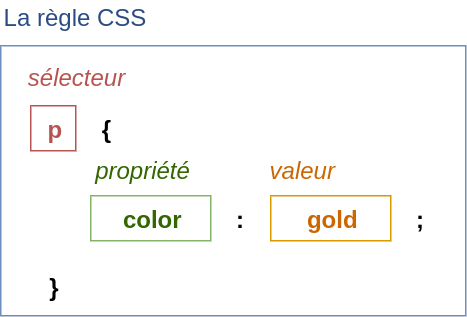
Above: assets/images/css-rules.png in raaaahman/web-development-lessons (draw.io), before the change. Source tidied: cells renumbered, new cells last; positions are measured from the earlier drawing's top-left corner, leaving out a move shared by most shapes. Source of this version:
```xml
<mxGraphModel>
  <root>
    <mxCell id="0" />
    <mxCell id="1" parent="0" />
    <mxCell id="2" style="rounded=0;whiteSpace=wrap;html=1;fillColor=none;strokeColor=#6c8ebf;" parent="1" vertex="1">
      <mxGeometry y="30" width="310" height="180" as="geometry" />
    </mxCell>
    <mxCell id="3" value="La règle CSS" style="text;html=1;align=center;verticalAlign=middle;whiteSpace=wrap;rounded=0;fontSize=16;fontColor=#2B4B82;" parent="1" vertex="1">
      <mxGeometry width="100" height="20" as="geometry" />
    </mxCell>
    <mxCell id="4" value="p" style="rounded=0;whiteSpace=wrap;html=1;fillColor=none;fontSize=16;strokeColor=#b85450;fontColor=#B85450;fontStyle=1;" parent="1" vertex="1">
      <mxGeometry x="20" y="70" width="30" height="30" as="geometry" />
    </mxCell>
    <mxCell id="5" value="sélecteur" style="text;html=1;strokeColor=none;fillColor=none;align=center;verticalAlign=middle;whiteSpace=wrap;rounded=0;fontSize=16;fontColor=#B85450;fontStyle=2;" parent="1" vertex="1">
      <mxGeometry x="20" y="40" width="60" height="20" as="geometry" />
    </mxCell>
    <mxCell id="6" value="{" style="text;html=1;strokeColor=none;fillColor=none;align=center;verticalAlign=middle;whiteSpace=wrap;rounded=0;fontSize=16;fontColor=#000000;fontStyle=1;" parent="1" vertex="1">
      <mxGeometry x="50" y="75" width="40" height="20" as="geometry" />
    </mxCell>
    <mxCell id="7" value="color" style="rounded=0;whiteSpace=wrap;html=1;fillColor=none;fontSize=16;strokeColor=#82b366;fontColor=#336600;fontStyle=1;" parent="1" vertex="1">
      <mxGeometry x="60" y="130" width="80" height="30" as="geometry" />
    </mxCell>
    <mxCell id="8" value="propriété" style="text;html=1;strokeColor=none;fillColor=none;align=center;verticalAlign=middle;whiteSpace=wrap;rounded=0;fontSize=16;fontColor=#336600;fontStyle=2;" parent="1" vertex="1">
      <mxGeometry x="60" y="103" width="70" height="20" as="geometry" />
    </mxCell>
    <mxCell id="9" value=":" style="text;html=1;strokeColor=none;fillColor=none;align=center;verticalAlign=middle;whiteSpace=wrap;rounded=0;fontSize=16;fontColor=#000000;fontStyle=1;" parent="1" vertex="1">
      <mxGeometry x="140" y="135" width="40" height="20" as="geometry" />
    </mxCell>
    <mxCell id="10" value="gold" style="rounded=0;whiteSpace=wrap;html=1;fillColor=none;fontSize=16;strokeColor=#d79b00;fontStyle=1;fontColor=#CC6600;" parent="1" vertex="1">
      <mxGeometry x="180" y="130" width="80" height="30" as="geometry" />
    </mxCell>
    <mxCell id="11" value=";" style="text;html=1;strokeColor=none;fillColor=none;align=center;verticalAlign=middle;whiteSpace=wrap;rounded=0;fontSize=16;fontColor=#000000;fontStyle=1;" parent="1" vertex="1">
      <mxGeometry x="260" y="135" width="40" height="20" as="geometry" />
    </mxCell>
    <mxCell id="12" value="}" style="text;html=1;strokeColor=none;fillColor=none;align=center;verticalAlign=middle;whiteSpace=wrap;rounded=0;fontSize=16;fontColor=#000000;fontStyle=1;" parent="1" vertex="1">
      <mxGeometry x="20" y="180" width="30" height="20" as="geometry" />
    </mxCell>
    <mxCell id="13" value="valeur" style="text;html=1;strokeColor=none;fillColor=none;align=center;verticalAlign=middle;whiteSpace=wrap;rounded=0;fontSize=16;fontColor=#CC6600;fontStyle=2;" parent="1" vertex="1">
      <mxGeometry x="180" y="103" width="40" height="20" as="geometry" />
    </mxCell>
  </root>
</mxGraphModel>
```
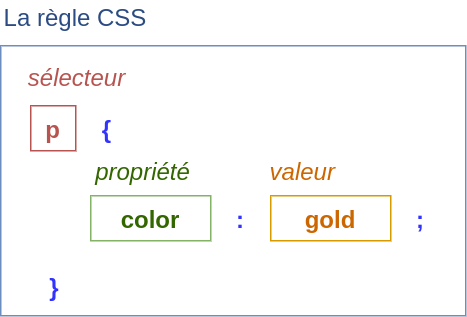
Later version of the same file.

Diff of the diagram source:
```diff
@@ -14,7 +14,7 @@
     <mxCell id="5" value="sélecteur" style="text;html=1;strokeColor=none;fillColor=none;align=center;verticalAlign=middle;whiteSpace=wrap;rounded=0;fontSize=16;fontColor=#B85450;fontStyle=2;" parent="1" vertex="1">
       <mxGeometry x="20" y="40" width="60" height="20" as="geometry" />
     </mxCell>
-    <mxCell id="6" value="{" style="text;html=1;strokeColor=none;fillColor=none;align=center;verticalAlign=middle;whiteSpace=wrap;rounded=0;fontSize=16;fontColor=#000000;fontStyle=1;" parent="1" vertex="1">
+    <mxCell id="6" value="{" style="text;html=1;align=center;verticalAlign=middle;whiteSpace=wrap;rounded=0;fontSize=16;fontStyle=1;fontColor=#3333FF;" parent="1" vertex="1">
       <mxGeometry x="50" y="75" width="40" height="20" as="geometry" />
     </mxCell>
     <mxCell id="7" value="color" style="rounded=0;whiteSpace=wrap;html=1;fillColor=none;fontSize=16;strokeColor=#82b366;fontColor=#336600;fontStyle=1;" parent="1" vertex="1">
@@ -23,16 +23,16 @@
     <mxCell id="8" value="propriété" style="text;html=1;strokeColor=none;fillColor=none;align=center;verticalAlign=middle;whiteSpace=wrap;rounded=0;fontSize=16;fontColor=#336600;fontStyle=2;" parent="1" vertex="1">
       <mxGeometry x="60" y="103" width="70" height="20" as="geometry" />
     </mxCell>
-    <mxCell id="9" value=":" style="text;html=1;strokeColor=none;fillColor=none;align=center;verticalAlign=middle;whiteSpace=wrap;rounded=0;fontSize=16;fontColor=#000000;fontStyle=1;" parent="1" vertex="1">
+    <mxCell id="9" value=":" style="text;html=1;strokeColor=none;fillColor=none;align=center;verticalAlign=middle;whiteSpace=wrap;rounded=0;fontSize=16;fontColor=#3333FF;fontStyle=1;" parent="1" vertex="1">
       <mxGeometry x="140" y="135" width="40" height="20" as="geometry" />
     </mxCell>
     <mxCell id="10" value="gold" style="rounded=0;whiteSpace=wrap;html=1;fillColor=none;fontSize=16;strokeColor=#d79b00;fontStyle=1;fontColor=#CC6600;" parent="1" vertex="1">
       <mxGeometry x="180" y="130" width="80" height="30" as="geometry" />
     </mxCell>
-    <mxCell id="11" value=";" style="text;html=1;strokeColor=none;fillColor=none;align=center;verticalAlign=middle;whiteSpace=wrap;rounded=0;fontSize=16;fontColor=#000000;fontStyle=1;" parent="1" vertex="1">
+    <mxCell id="11" value=";" style="text;html=1;strokeColor=none;fillColor=none;align=center;verticalAlign=middle;whiteSpace=wrap;rounded=0;fontSize=16;fontColor=#3333FF;fontStyle=1;" parent="1" vertex="1">
       <mxGeometry x="260" y="135" width="40" height="20" as="geometry" />
     </mxCell>
-    <mxCell id="12" value="}" style="text;html=1;strokeColor=none;fillColor=none;align=center;verticalAlign=middle;whiteSpace=wrap;rounded=0;fontSize=16;fontColor=#000000;fontStyle=1;" parent="1" vertex="1">
+    <mxCell id="12" value="}" style="text;html=1;strokeColor=none;fillColor=none;align=center;verticalAlign=middle;whiteSpace=wrap;rounded=0;fontSize=16;fontColor=#3333FF;fontStyle=1;" parent="1" vertex="1">
       <mxGeometry x="20" y="180" width="30" height="20" as="geometry" />
     </mxCell>
     <mxCell id="13" value="valeur" style="text;html=1;strokeColor=none;fillColor=none;align=center;verticalAlign=middle;whiteSpace=wrap;rounded=0;fontSize=16;fontColor=#CC6600;fontStyle=2;" parent="1" vertex="1">
```
